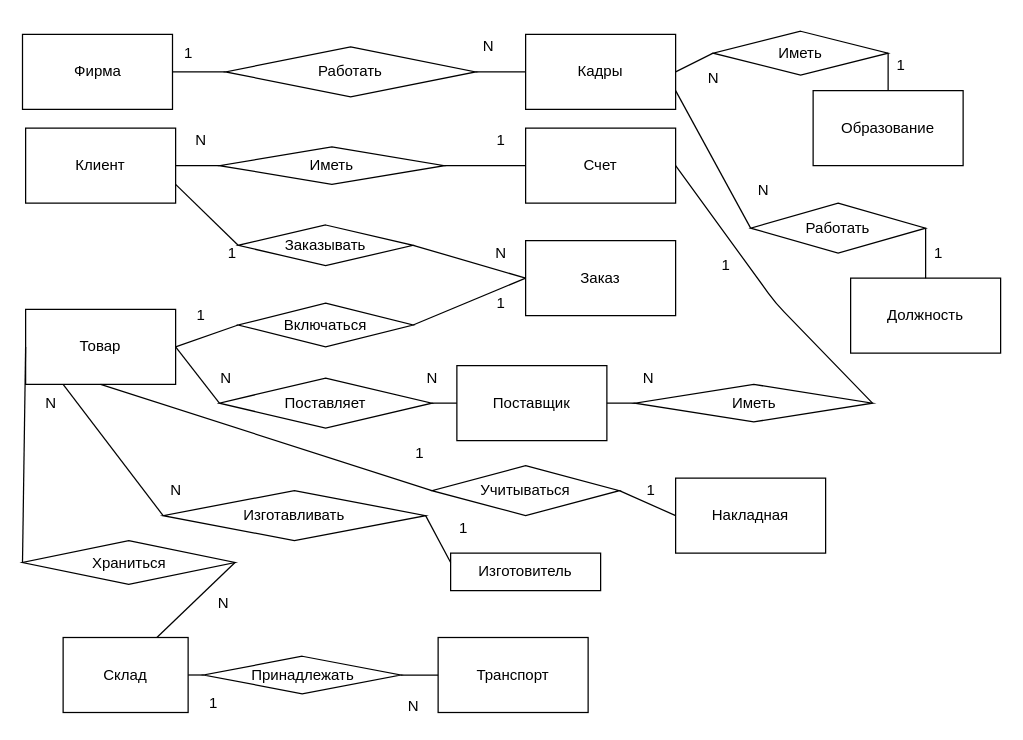
Before: Летняя/MY_KURS/основная малая диаграмма.drawio in stanislaumich/1-, a draw.io diagram. Source tidied: cells renumbered, new cells numbered last; positions are measured from the earlier drawing's top-left corner, leaving out a move shared by most shapes. Both pictures are drawn from the tidied source at 125%, with x=0, y=0 at pixel (22, 30).
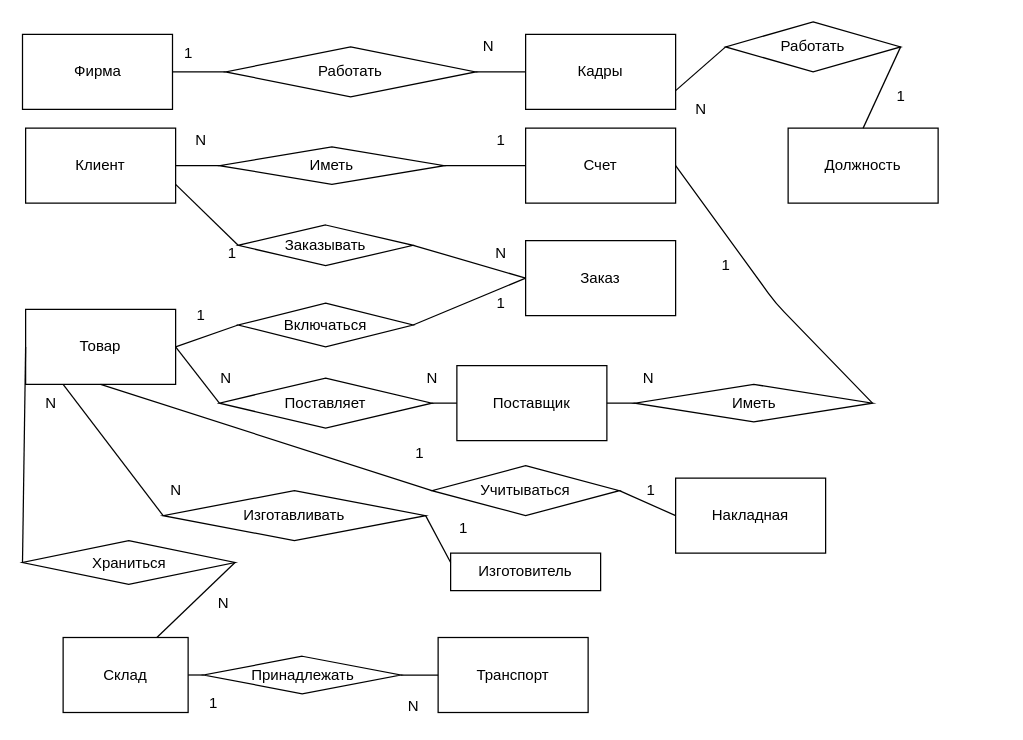
Above is the later version.

The change refers to these unchanged cells:
```xml
<mxCell id="2" value="Кадры" style="rounded=0;whiteSpace=wrap;html=1;" parent="1" vertex="1">
  <mxGeometry x="402" y="3" width="120" height="60" as="geometry" />
</mxCell>
```

Change to the diagram source:
```diff
@@
-    <mxCell id="59" value="Образование" style="rounded=0;whiteSpace=wrap;html=1;" parent="1" vertex="1">
-      <mxGeometry x="632" y="48" width="120" height="60" as="geometry" />
-    </mxCell>
     <mxCell id="60" value="Должность" style="rounded=0;whiteSpace=wrap;html=1;" parent="1" vertex="1">
-      <mxGeometry x="662" y="198" width="120" height="60" as="geometry" />
+      <mxGeometry x="612" y="78" width="120" height="60" as="geometry" />
     </mxCell>
-    <mxCell id="61" value="Иметь" style="rhombus;whiteSpace=wrap;html=1;" parent="1" vertex="1">
-      <mxGeometry x="552" y="0.5" width="140" height="35" as="geometry" />
-    </mxCell>
     <mxCell id="62" value="Работать" style="rhombus;whiteSpace=wrap;html=1;" parent="1" vertex="1">
-      <mxGeometry x="582" y="138" width="140" height="40" as="geometry" />
+      <mxGeometry x="562" y="-7" width="140" height="40" as="geometry" />
     </mxCell>
-    <mxCell id="63" style="endArrow=none;html=1;entryX=1;entryY=0.5;entryDx=0;entryDy=0;exitX=0;exitY=0.5;exitDx=0;exitDy=0;" parent="1" edge="1" source="61" target="2">
-      <mxGeometry relative="1" as="geometry" />
-    </mxCell>
-    <mxCell id="64" style="endArrow=none;html=1;entryX=1;entryY=0.5;entryDx=0;entryDy=0;exitX=0.5;exitY=0;exitDx=0;exitDy=0;" parent="1" edge="1" source="59" target="61">
-      <mxGeometry relative="1" as="geometry" />
-    </mxCell>
@@
-    <mxCell id="67" value="1" style="text;html=1;align=center;verticalAlign=middle;strokeColor=none;" parent="1" vertex="1">
-      <mxGeometry x="692" y="18" width="20" height="20" as="geometry" />
-    </mxCell>
     <mxCell id="68" value="1" style="text;html=1;align=center;verticalAlign=middle;strokeColor=none;" parent="1" vertex="1">
-      <mxGeometry x="722" y="168" width="20" height="20" as="geometry" />
+      <mxGeometry x="692" y="43" width="20" height="20" as="geometry" />
     </mxCell>
-    <mxCell id="69" value="N" style="text;html=1;align=center;verticalAlign=middle;strokeColor=none;" parent="1" vertex="1">
-      <mxGeometry x="582" y="118" width="20" height="20" as="geometry" />
-    </mxCell>
-    <mxCell id="70" value="N" style="text;html=1;align=center;verticalAlign=middle;strokeColor=none;" parent="1" vertex="1">
-      <mxGeometry x="542" y="28" width="20" height="20" as="geometry" />
-    </mxCell>
@@
+    <mxCell id="77" value="N" style="text;html=1;align=center;verticalAlign=middle;strokeColor=none;" parent="1" vertex="1">
+      <mxGeometry x="532" y="53" width="20" height="20" as="geometry" />
+    </mxCell>
```
